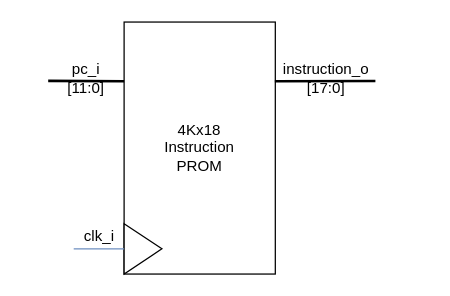
Earlier version of the draw.io diagram Blockbeschreibungen/IP_beschreibung.drawio (graefjk/RO2). Source tidied: cells renumbered, new cells numbered last; positions are measured from the earlier drawing's top-left corner, leaving out a move shared by most shapes. Both pictures are drawn from the tidied source at 126%, with x=0, y=0 at pixel (48, 21).
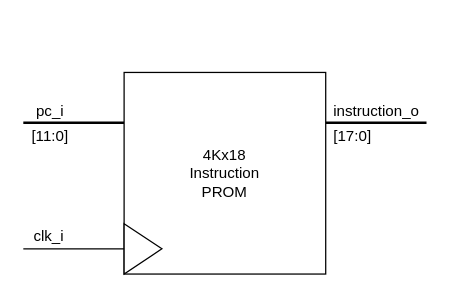
The same diagram, later.

Change to the diagram source:
```diff
@@
 <mxGraphModel>
   <root>
     <mxCell id="0" />
     <mxCell id="1" parent="0" />
-    <mxCell id="2" value="instruction_o&lt;br&gt;[17:0]" style="text;html=1;align=center;verticalAlign=middle;points=[];strokeColor=none;fillColor=none;strokeWidth=1;" parent="1" vertex="1">
-      <mxGeometry x="180" y="30" width="80" height="30" as="geometry" />
-    </mxCell>
+    <mxCell id="10" style="edgeStyle=orthogonalEdgeStyle;rounded=0;jettySize=auto;html=1;endArrow=none;endFill=0;strokeWidth=2;" parent="1" edge="1" source="3">
+      <mxGeometry relative="1" as="geometry">
+        <mxPoint x="300" y="80" as="targetPoint" />
+        <Array as="points">
+          <mxPoint x="300" y="80" />
+        </Array>
+      </mxGeometry>
+    </mxCell>
+    <mxCell id="11" value="&lt;span style=&quot;font-size: 12px;&quot;&gt;instruction_o&lt;/span&gt;" style="edgeLabel;html=1;align=center;verticalAlign=middle;labelBackgroundColor=none;" parent="10" vertex="1">
+      <mxGeometry x="0.31" relative="1" as="geometry">
+        <mxPoint x="-12.4" y="-10" as="offset" />
+      </mxGeometry>
+    </mxCell>
+    <mxCell id="12" value="&lt;span style=&quot;font-size: 12px;&quot;&gt;[17:0]&lt;/span&gt;" style="edgeLabel;html=1;align=center;verticalAlign=middle;labelBackgroundColor=none;" parent="10" vertex="1">
+      <mxGeometry x="-0.63" relative="1" as="geometry">
+        <mxPoint x="5.2" y="10" as="offset" />
+      </mxGeometry>
+    </mxCell>
+    <mxCell id="13" style="edgeStyle=orthogonalEdgeStyle;rounded=0;jettySize=auto;html=1;endArrow=none;endFill=0;strokeWidth=2;" parent="1" edge="1" source="3">
+      <mxGeometry relative="1" as="geometry">
+        <mxPoint x="-20" y="80" as="targetPoint" />
+        <Array as="points">
+          <mxPoint x="40" y="80" />
+          <mxPoint x="40" y="80" />
+        </Array>
+      </mxGeometry>
+    </mxCell>
+    <mxCell id="14" value="&lt;span style=&quot;font-size: 12px;&quot;&gt;pc_i&lt;/span&gt;" style="edgeLabel;html=1;align=center;verticalAlign=middle;labelBackgroundColor=none;" parent="13" vertex="1">
+      <mxGeometry x="0.13" y="-2" relative="1" as="geometry">
+        <mxPoint x="-14.8" y="-8" as="offset" />
+      </mxGeometry>
+    </mxCell>
+    <mxCell id="15" value="&lt;span style=&quot;font-size: 12px;&quot;&gt;[11:0]&lt;/span&gt;" style="edgeLabel;html=1;align=center;verticalAlign=middle;labelBackgroundColor=none;" parent="13" vertex="1">
+      <mxGeometry x="-0.24" y="-1" relative="1" as="geometry">
+        <mxPoint x="-29.5" y="11" as="offset" />
+      </mxGeometry>
+    </mxCell>
     <mxCell id="3" value="4Kx18&lt;br&gt;Instruction&lt;br&gt;PROM" style="rounded=0;whiteSpace=wrap;html=1;" parent="1" vertex="1">
-      <mxGeometry x="60" width="120" height="200" as="geometry" />
+      <mxGeometry x="60" y="40" width="160" height="160" as="geometry" />
     </mxCell>
-    <mxCell id="4" value="pc_i&lt;br&gt;[11:0]" style="text;html=1;strokeColor=none;fillColor=none;align=center;verticalAlign=middle;whiteSpace=wrap;rounded=0;" parent="1" vertex="1">
-      <mxGeometry y="30" width="60" height="30" as="geometry" />
-    </mxCell>
-    <mxCell id="5" style="endArrow=none;html=1;rounded=0;exitX=-0.004;exitY=0.556;exitDx=0;exitDy=0;exitPerimeter=0;strokeWidth=2;" parent="1" edge="1" source="4">
-      <mxGeometry relative="1" as="geometry">
-        <mxPoint x="60" y="47" as="targetPoint" />
-      </mxGeometry>
-    </mxCell>
     <mxCell id="6" style="triangle;whiteSpace=wrap;html=1;" parent="1" vertex="1">
       <mxGeometry x="60" y="160" width="30" height="40" as="geometry" />
     </mxCell>
-    <mxCell id="7" style="endArrow=none;html=1;rounded=0;fillColor=#dae8fc;strokeColor=#6c8ebf;entryX=0;entryY=0.5;entryDx=0;entryDy=0;" parent="1" edge="1" target="6">
+    <mxCell id="7" style="endArrow=none;html=1;rounded=0;entryX=0;entryY=0.5;entryDx=0;entryDy=0;" parent="1" edge="1" target="6">
       <mxGeometry relative="1" as="geometry">
-        <mxPoint x="20" y="180" as="sourcePoint" />
+        <mxPoint x="-20" y="180" as="sourcePoint" />
       </mxGeometry>
     </mxCell>
     <mxCell id="8" value="clk_i" style="text;html=1;align=center;verticalAlign=middle;" parent="1" vertex="1">
-      <mxGeometry x="20" y="160" width="40" height="20" as="geometry" />
+      <mxGeometry x="-20" y="160" width="40" height="20" as="geometry" />
     </mxCell>
-    <mxCell id="9" style="endArrow=none;html=1;rounded=0;exitX=0.997;exitY=0.235;exitDx=0;exitDy=0;exitPerimeter=0;entryX=0.993;entryY=0.562;entryDx=0;entryDy=0;entryPerimeter=0;strokeWidth=2;" parent="1" edge="1" source="3" target="2">
-      <mxGeometry relative="1" as="geometry" />
-    </mxCell>
   </root>
 </mxGraphModel>
```
